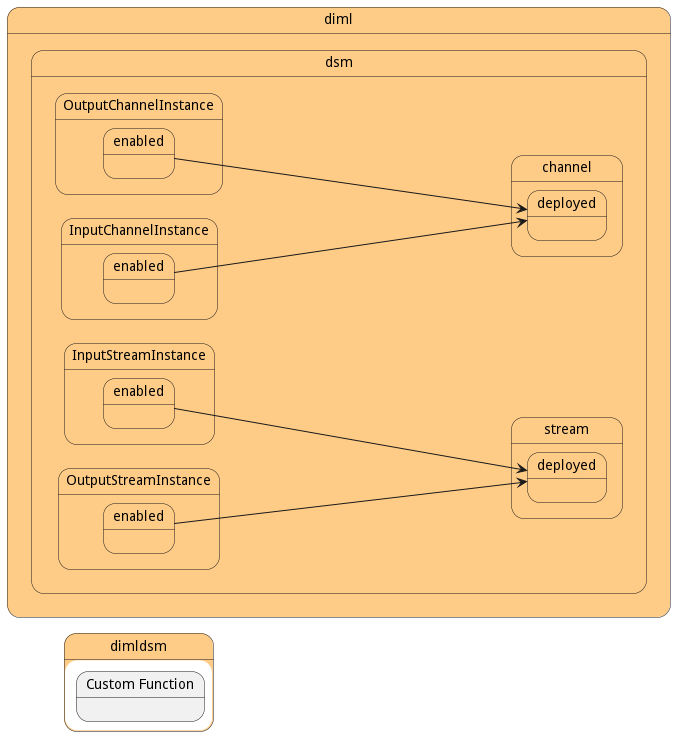
Above: docs/sabr/diml/dsm/process.png in madajaju/sabr (PlantUML), before the change. Source of this version:
```plantuml
@startuml
left to right direction


state "diml" as diml #ffcc88 {
state "dsm" as dimldsm #ffcc88 {
}
}


state "dimldsm" as pstatename #ffcc88 {
    state "Custom Function" as dsmfunction {
    }
}

        state "diml" as diml #ffcc88 {
state "dsm" as dimldsm #ffcc88 {
state "channel" as dimldsmchannel #ffcc88 {
state "deployed" as dimldsmchanneldeployed #ffcc88 {
}
}
}
}


        state "diml" as diml #ffcc88 {
state "dsm" as dimldsm #ffcc88 {
state "stream" as dimldsmstream #ffcc88 {
state "deployed" as dimldsmstreamdeployed #ffcc88 {
}
}
}
}




        state "diml" as diml #ffcc88 {
state "dsm" as dimldsm #ffcc88 {
state "InputChannelInstance" as dimldsminputchannelinstance #ffcc88 {
state "enabled" as dimldsminputchannelinstanceenabled #ffcc88 {
}
}
}
}


    state "diml" as diml #ffcc88 {
state "dsm" as dimldsm #ffcc88 {
state "channel" as dimldsmchannel #ffcc88 {
state "deployed" as dimldsmchanneldeployed #ffcc88 {
}
}
}
}

    dimldsminputchannelinstanceenabled ---> dimldsmchanneldeployed


        state "diml" as diml #ffcc88 {
state "dsm" as dimldsm #ffcc88 {
state "InputStreamInstance" as dimldsminputstreaminstance #ffcc88 {
state "enabled" as dimldsminputstreaminstanceenabled #ffcc88 {
}
}
}
}


    state "diml" as diml #ffcc88 {
state "dsm" as dimldsm #ffcc88 {
state "stream" as dimldsmstream #ffcc88 {
state "deployed" as dimldsmstreamdeployed #ffcc88 {
}
}
}
}

    dimldsminputstreaminstanceenabled ---> dimldsmstreamdeployed


        state "diml" as diml #ffcc88 {
state "dsm" as dimldsm #ffcc88 {
state "OutputChannelInstance" as dimldsmoutputchannelinstance #ffcc88 {
state "enabled" as dimldsmoutputchannelinstanceenabled #ffcc88 {
}
}
}
}



    dimldsmoutputchannelinstanceenabled ---> dimldsmchanneldeployed


        state "diml" as diml #ffcc88 {
state "dsm" as dimldsm #ffcc88 {
state "OutputStreamInstance" as dimldsmoutputstreaminstance #ffcc88 {
state "enabled" as dimldsmoutputstreaminstanceenabled #ffcc88 {
}
}
}
}



    dimldsmoutputstreaminstanceenabled ---> dimldsmstreamdeployed




















@enduml
```
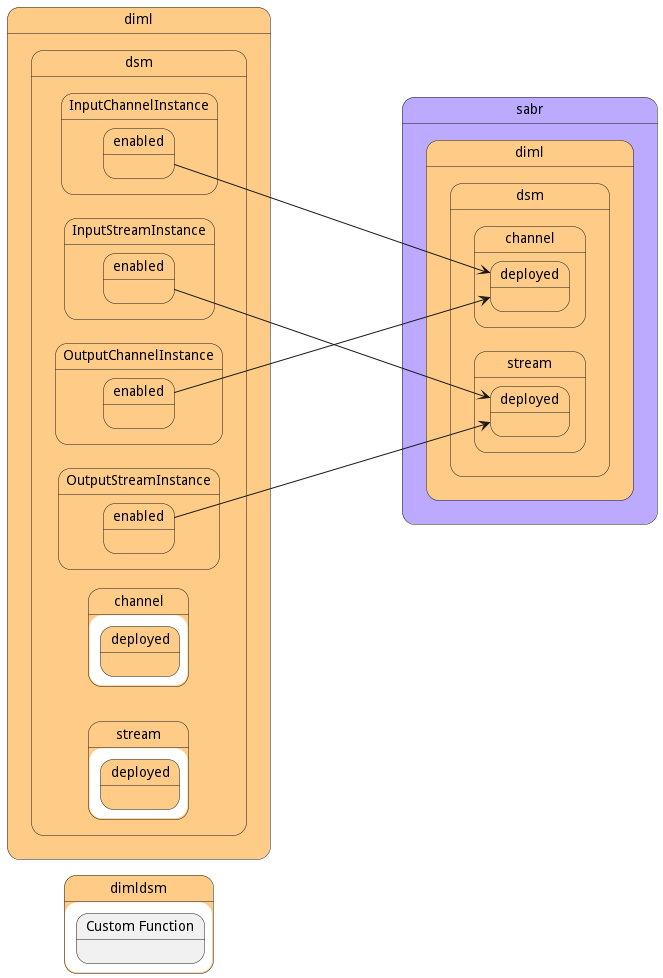
After the change.

What changed in the source:
```diff
@@ -45,16 +45,18 @@
 }
 
 
-    state "diml" as diml #ffcc88 {
-state "dsm" as dimldsm #ffcc88 {
-state "channel" as dimldsmchannel #ffcc88 {
-state "deployed" as dimldsmchanneldeployed #ffcc88 {
+    state "sabr" as sabr #bbaaff {
+state "diml" as sabrdiml #ffcc88 {
+state "dsm" as sabrdimldsm #ffcc88 {
+state "channel" as sabrdimldsmchannel #ffcc88 {
+state "deployed" as sabrdimldsmchanneldeployed #ffcc88 {
+}
 }
 }
 }
 }
 
-    dimldsminputchannelinstanceenabled ---> dimldsmchanneldeployed
+    dimldsminputchannelinstanceenabled ---> sabrdimldsmchanneldeployed
 
 
         state "diml" as diml #ffcc88 {
@@ -67,16 +69,18 @@
 }
 
 
-    state "diml" as diml #ffcc88 {
-state "dsm" as dimldsm #ffcc88 {
-state "stream" as dimldsmstream #ffcc88 {
-state "deployed" as dimldsmstreamdeployed #ffcc88 {
+    state "sabr" as sabr #bbaaff {
+state "diml" as sabrdiml #ffcc88 {
+state "dsm" as sabrdimldsm #ffcc88 {
+state "stream" as sabrdimldsmstream #ffcc88 {
+state "deployed" as sabrdimldsmstreamdeployed #ffcc88 {
+}
 }
 }
 }
 }
 
-    dimldsminputstreaminstanceenabled ---> dimldsmstreamdeployed
+    dimldsminputstreaminstanceenabled ---> sabrdimldsmstreamdeployed
 
 
         state "diml" as diml #ffcc88 {
@@ -90,7 +94,7 @@
 
 
 
-    dimldsmoutputchannelinstanceenabled ---> dimldsmchanneldeployed
+    dimldsmoutputchannelinstanceenabled ---> sabrdimldsmchanneldeployed
 
 
         state "diml" as diml #ffcc88 {
@@ -104,15 +108,35 @@
 
 
 
-    dimldsmoutputstreaminstanceenabled ---> dimldsmstreamdeployed
+    dimldsmoutputstreaminstanceenabled ---> sabrdimldsmstreamdeployed
 
 
 
 
+    state "sabr" as sabr #bbaaff {
+state "diml" as sabrdiml #ffcc88 {
+state "dsm" as sabrdimldsm #ffcc88 {
+state "channel" as sabrdimldsmchannel #ffcc88 {
+state "deployed" as sabrdimldsmchanneldeployed #ffcc88 {
+}
+}
+}
+}
+}
 
 
 
 
+    state "sabr" as sabr #bbaaff {
+state "diml" as sabrdiml #ffcc88 {
+state "dsm" as sabrdimldsm #ffcc88 {
+state "stream" as sabrdimldsmstream #ffcc88 {
+state "deployed" as sabrdimldsmstreamdeployed #ffcc88 {
+}
+}
+}
+}
+}
 
 
 
```
